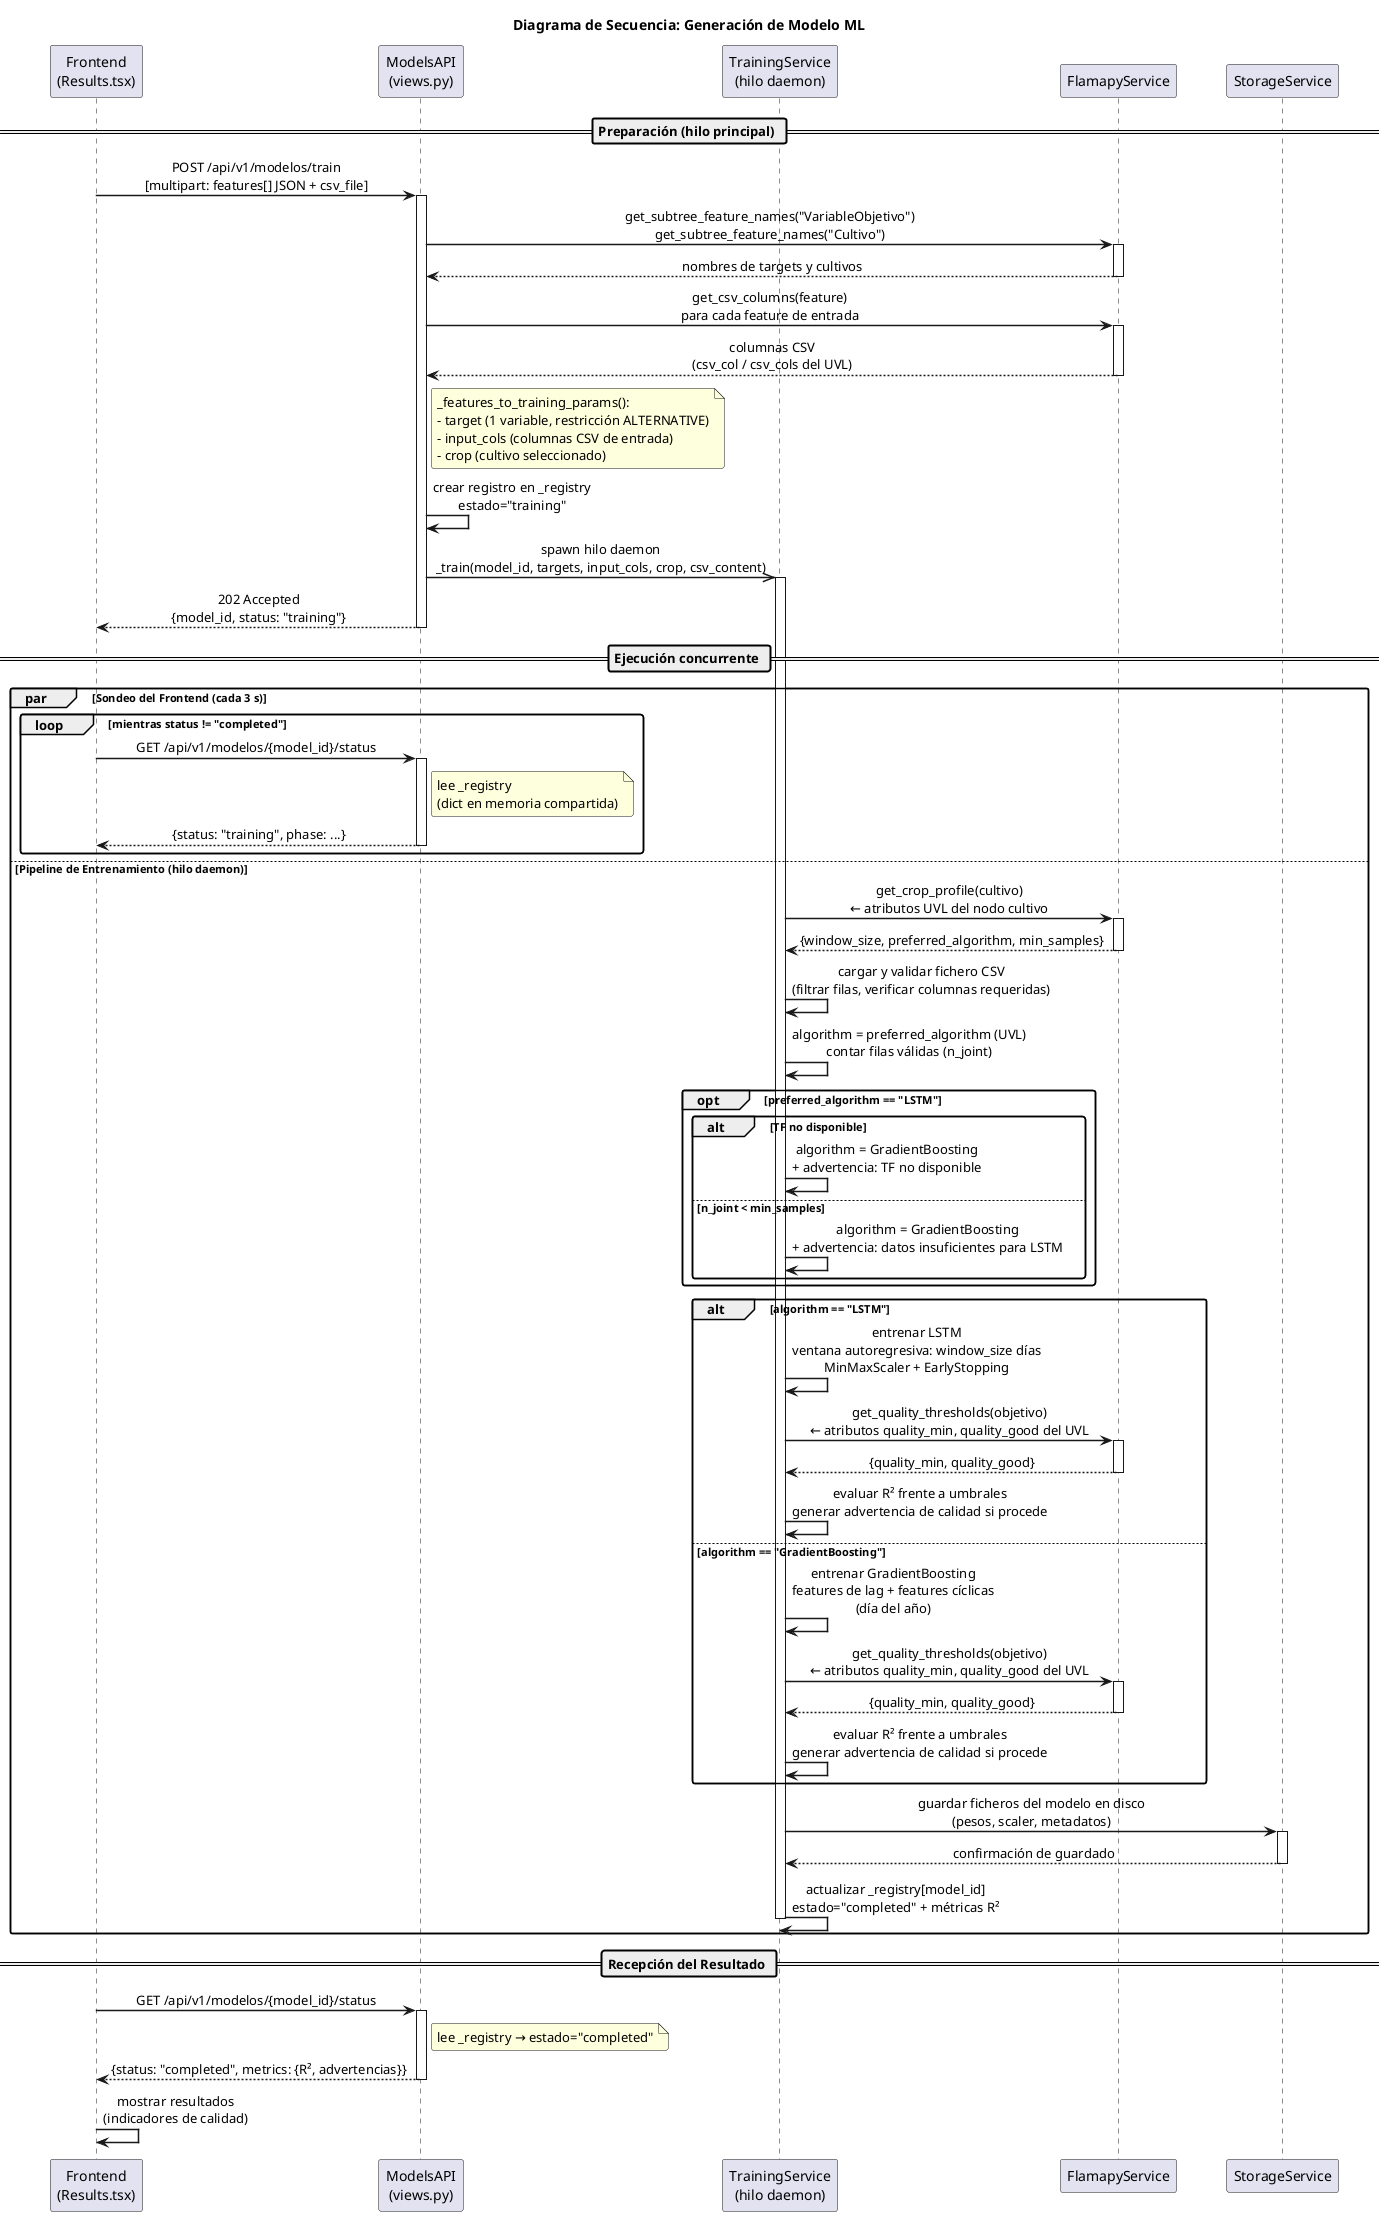
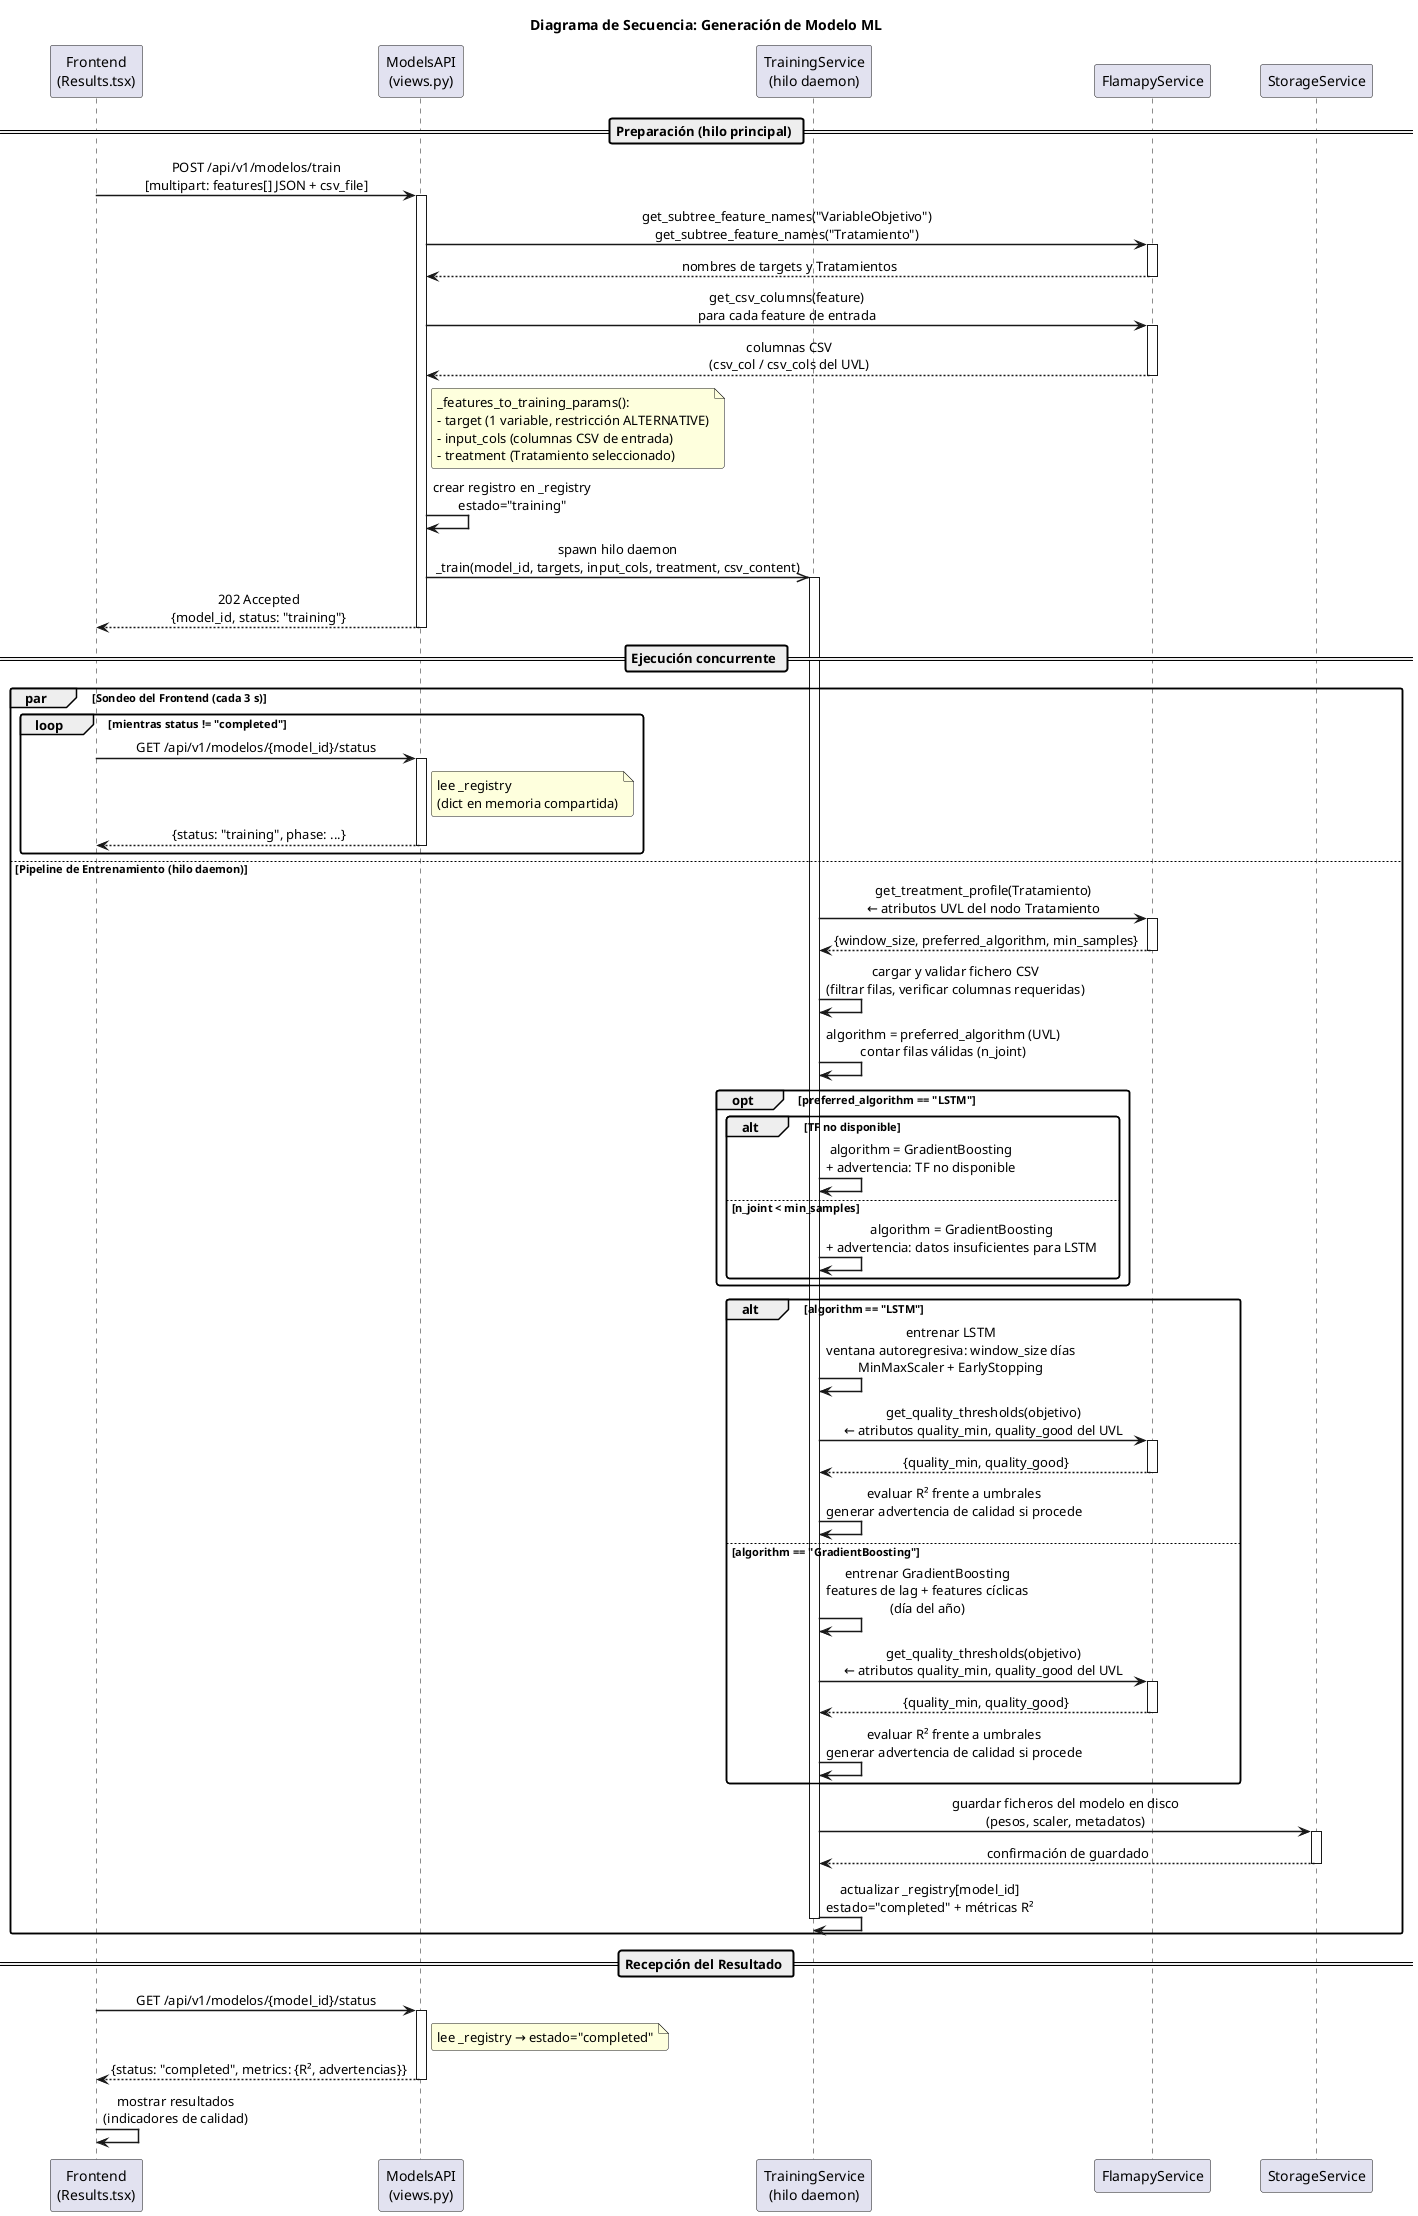
- @startuml
+ ﻿@startuml

title Diagrama de Secuencia: Generación de Modelo ML

skinparam sequenceMessageAlign center
skinparam responseMessageBelowArrow true
skinparam BoxPadding 10
skinparam ParticipantPadding 20
skinparam defaultFontName Arial
skinparam sequenceArrowThickness 1.5
skinparam roundcorner 5

participant "Frontend\n(Results.tsx)" as Frontend
participant "ModelsAPI\n(views.py)" as API
participant "TrainingService\n(hilo daemon)" as Training
participant "FlamapyService" as Flamapy
participant "StorageService" as Storage

== Preparación (hilo principal) ==

Frontend -> API : POST /api/v1/modelos/train\n[multipart: features[] JSON + csv_file]
activate API

- API -> Flamapy : get_subtree_feature_names("VariableObjetivo")\nget_subtree_feature_names("Cultivo")
+ API -> Flamapy : get_subtree_feature_names("VariableObjetivo")\nget_subtree_feature_names("Tratamiento")
activate Flamapy
- Flamapy --> API : nombres de targets y cultivos
+ Flamapy --> API : nombres de targets y Tratamientos
deactivate Flamapy

API -> Flamapy : get_csv_columns(feature)\npara cada feature de entrada
activate Flamapy
Flamapy --> API : columnas CSV\n(csv_col / csv_cols del UVL)
deactivate Flamapy

note right of API
  _features_to_training_params():
  - target (1 variable, restricción ALTERNATIVE)
  - input_cols (columnas CSV de entrada)
-   - crop (cultivo seleccionado)
+   - treatment (Tratamiento seleccionado)
end note

API -> API : crear registro en _registry\nestado="training"
- API ->> Training : spawn hilo daemon\n_train(model_id, targets, input_cols, crop, csv_content)
+ API ->> Training : spawn hilo daemon\n_train(model_id, targets, input_cols, treatment, csv_content)
activate Training

API --> Frontend : 202 Accepted\n{model_id, status: "training"}
deactivate API

== Ejecución concurrente ==

par Sondeo del Frontend (cada 3 s)
    loop mientras status != "completed"
        Frontend -> API : GET /api/v1/modelos/{model_id}/status
        activate API
        note right of API : lee _registry\n(dict en memoria compartida)
        API --> Frontend : {status: "training", phase: ...}
        deactivate API
    end
else Pipeline de Entrenamiento (hilo daemon)
-     Training -> Flamapy : get_crop_profile(cultivo)\n← atributos UVL del nodo cultivo
+     Training -> Flamapy : get_treatment_profile(Tratamiento)\n← atributos UVL del nodo Tratamiento
    activate Flamapy
    Flamapy --> Training : {window_size, preferred_algorithm, min_samples}
    deactivate Flamapy

    Training -> Training : cargar y validar fichero CSV\n(filtrar filas, verificar columnas requeridas)

    Training -> Training : algorithm = preferred_algorithm (UVL)\ncontar filas válidas (n_joint)

    opt preferred_algorithm == "LSTM"
        alt TF no disponible
            Training -> Training : algorithm = GradientBoosting\n+ advertencia: TF no disponible
        else n_joint < min_samples
            Training -> Training : algorithm = GradientBoosting\n+ advertencia: datos insuficientes para LSTM
        end
    end

    alt algorithm == "LSTM"
        Training -> Training : entrenar LSTM\nventana autoregresiva: window_size días\nMinMaxScaler + EarlyStopping
        Training -> Flamapy : get_quality_thresholds(objetivo)\n← atributos quality_min, quality_good del UVL
        activate Flamapy
        Flamapy --> Training : {quality_min, quality_good}
        deactivate Flamapy
        Training -> Training : evaluar R² frente a umbrales\ngenerar advertencia de calidad si procede
    else algorithm == "GradientBoosting"
        Training -> Training : entrenar GradientBoosting\nfeatures de lag + features cíclicas\n(día del año)
        Training -> Flamapy : get_quality_thresholds(objetivo)\n← atributos quality_min, quality_good del UVL
        activate Flamapy
        Flamapy --> Training : {quality_min, quality_good}
        deactivate Flamapy
        Training -> Training : evaluar R² frente a umbrales\ngenerar advertencia de calidad si procede
    end

    Training -> Storage : guardar ficheros del modelo en disco\n(pesos, scaler, metadatos)
    activate Storage
    Storage --> Training : confirmación de guardado
    deactivate Storage

    Training -> Training : actualizar _registry[model_id]\nestado="completed" + métricas R²
    deactivate Training
end

== Recepción del Resultado ==

Frontend -> API : GET /api/v1/modelos/{model_id}/status
activate API
note right of API : lee _registry → estado="completed"
API --> Frontend : {status: "completed", metrics: {R², advertencias}}
deactivate API

Frontend -> Frontend : mostrar resultados\n(indicadores de calidad)

@enduml
+ 
